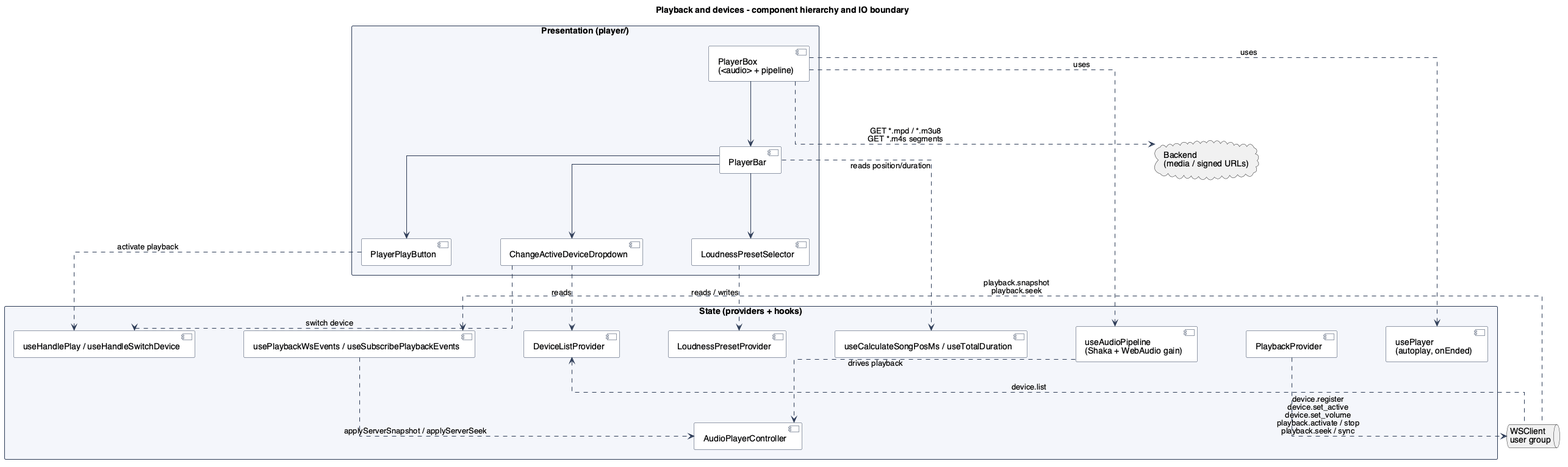
ddrddrr/musikk keeps this PlantUML diagram as text/diagrams/FrontendPlayback.png. Above is the earlier version. Its diagram source:
```plantuml
@startuml FrontendPlayback

!include ../../_style.puml

title Playback and devices - component hierarchy and IO boundary

package "Presentation (player/)" {
    [PlayerBox\n(<audio> + pipeline)] as player_box
    [PlayerBar] as player_bar
    [PlayerPlayButton] as play_button
    [ChangeActiveDeviceDropdown] as device_dropdown
    [LoudnessPresetSelector] as loudness_selector
}

player_box --> player_bar
player_bar --> play_button
player_bar --> device_dropdown
player_bar --> loudness_selector

package "State (providers + hooks)" {
    [PlaybackProvider] as playback_provider
    [DeviceListProvider] as device_list_provider
    [LoudnessPresetProvider] as loudness_provider
    [AudioPlayerController] as controller
    [useAudioPipeline\n(Shaka + WebAudio gain)] as use_pipeline
    [usePlayer\n(autoplay, onEnded)] as use_player
    [useHandlePlay / useHandleSwitchDevice] as use_handle_actions
    [useCalculateSongPosMs / useTotalDuration] as use_pos_dur
    [usePlaybackWsEvents / useSubscribePlaybackEvents] as use_pb_ws
}

player_box ..> use_pipeline : uses
player_box ..> use_player : uses
player_bar ..> use_pos_dur : reads position/duration
play_button ..> use_handle_actions : activate playback
device_dropdown ..> device_list_provider : reads
device_dropdown ..> use_handle_actions : switch device
loudness_selector ..> loudness_provider : reads / writes
use_pipeline ..> controller : drives playback

cloud "Backend\n(media / signed URLs)" as backend
queue "WSClient\nuser group" as ws

player_box ..> backend : GET *.mpd / *.m3u8\nGET *.m4s segments

playback_provider ..> ws : device.register\ndevice.set_active\ndevice.set_volume\nplayback.activate / stop\nplayback.seek / sync

device_list_provider <.. ws : device.list
use_pb_ws <.. ws : playback.snapshot\nplayback.seek
use_pb_ws ..> controller : applyServerSnapshot / applyServerSeek

@enduml
```
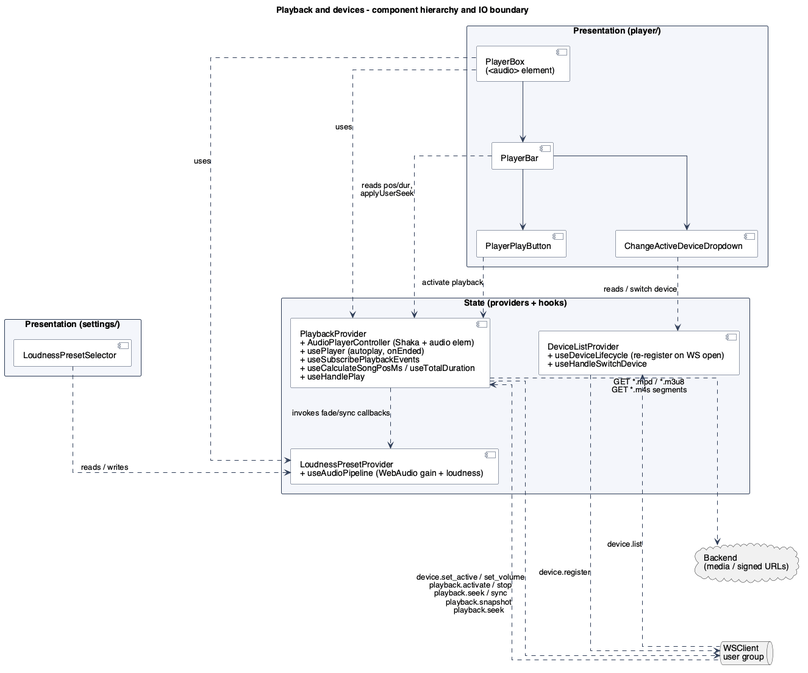
Above is the later version.

The edit, as a diff of the source:
```diff
@@ -5,48 +5,43 @@
 title Playback and devices - component hierarchy and IO boundary
 
 package "Presentation (player/)" {
-    [PlayerBox\n(<audio> + pipeline)] as player_box
+    [PlayerBox\n(<audio> element)] as player_box
     [PlayerBar] as player_bar
     [PlayerPlayButton] as play_button
     [ChangeActiveDeviceDropdown] as device_dropdown
+}
+
+package "Presentation (settings/)" {
     [LoudnessPresetSelector] as loudness_selector
 }
 
 player_box --> player_bar
 player_bar --> play_button
 player_bar --> device_dropdown
-player_bar --> loudness_selector
 
 package "State (providers + hooks)" {
-    [PlaybackProvider] as playback_provider
-    [DeviceListProvider] as device_list_provider
-    [LoudnessPresetProvider] as loudness_provider
-    [AudioPlayerController] as controller
-    [useAudioPipeline\n(Shaka + WebAudio gain)] as use_pipeline
-    [usePlayer\n(autoplay, onEnded)] as use_player
-    [useHandlePlay / useHandleSwitchDevice] as use_handle_actions
-    [useCalculateSongPosMs / useTotalDuration] as use_pos_dur
-    [usePlaybackWsEvents / useSubscribePlaybackEvents] as use_pb_ws
+    [PlaybackProvider\n+ AudioPlayerController (Shaka + audio elem)\n+ usePlayer (autoplay, onEnded)\n+ useSubscribePlaybackEvents\n+ useCalculateSongPosMs / useTotalDuration\n+ useHandlePlay] as playback_provider
+    [DeviceListProvider\n+ useDeviceLifecycle (re-register on WS open)\n+ useHandleSwitchDevice] as device_list_provider
+    [LoudnessPresetProvider\n+ useAudioPipeline (WebAudio gain + loudness)] as loudness_provider
 }
 
-player_box ..> use_pipeline : uses
-player_box ..> use_player : uses
-player_bar ..> use_pos_dur : reads position/duration
-play_button ..> use_handle_actions : activate playback
-device_dropdown ..> device_list_provider : reads
-device_dropdown ..> use_handle_actions : switch device
+player_box ..> loudness_provider : uses
+player_box ..> playback_provider : uses
+player_bar ..> playback_provider : reads pos/dur,\napplyUserSeek
+play_button ..> playback_provider : activate playback
+device_dropdown ..> device_list_provider : reads / switch device
 loudness_selector ..> loudness_provider : reads / writes
-use_pipeline ..> controller : drives playback
+playback_provider ..> loudness_provider : invokes fade/sync callbacks
 
 cloud "Backend\n(media / signed URLs)" as backend
 queue "WSClient\nuser group" as ws
 
-player_box ..> backend : GET *.mpd / *.m3u8\nGET *.m4s segments
+playback_provider ...> backend : GET *.mpd / *.m3u8\nGET *.m4s segments
 
-playback_provider ..> ws : device.register\ndevice.set_active\ndevice.set_volume\nplayback.activate / stop\nplayback.seek / sync
+device_list_provider ..> ws : device.register
+playback_provider ..> ws : device.set_active / set_volume\nplayback.activate / stop\nplayback.seek / sync
 
-device_list_provider <.. ws : device.list
-use_pb_ws <.. ws : playback.snapshot\nplayback.seek
-use_pb_ws ..> controller : applyServerSnapshot / applyServerSeek
+device_list_provider <.right. ws : device.list
+playback_provider <.... ws : playback.snapshot\nplayback.seek
 
 @enduml
```
